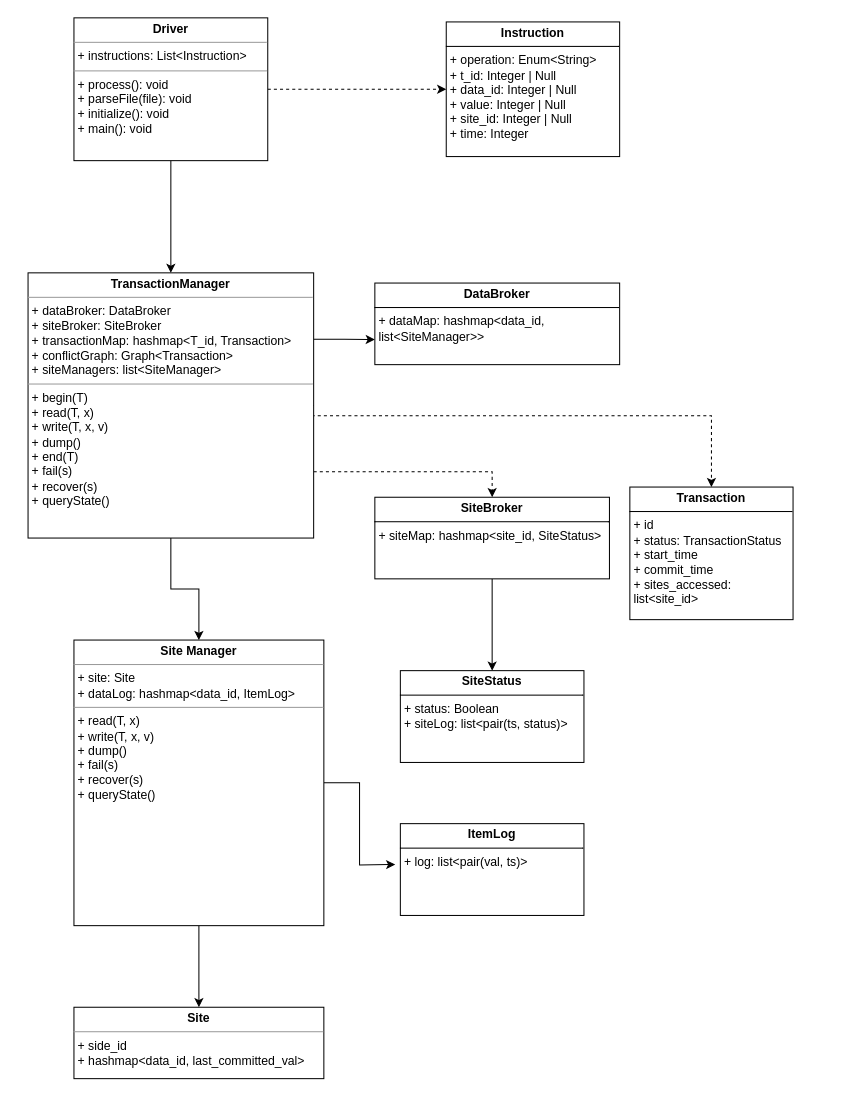
Before: design_diagram.drawio in akash13s/replicated-concurrent-db, a draw.io diagram. Source tidied: cells renumbered, new cells numbered last; positions are measured from the earlier drawing's top-left corner, leaving out a move shared by most shapes. Both pictures are drawn from the tidied source at 102%, with x=0, y=0 at pixel (28, 17).
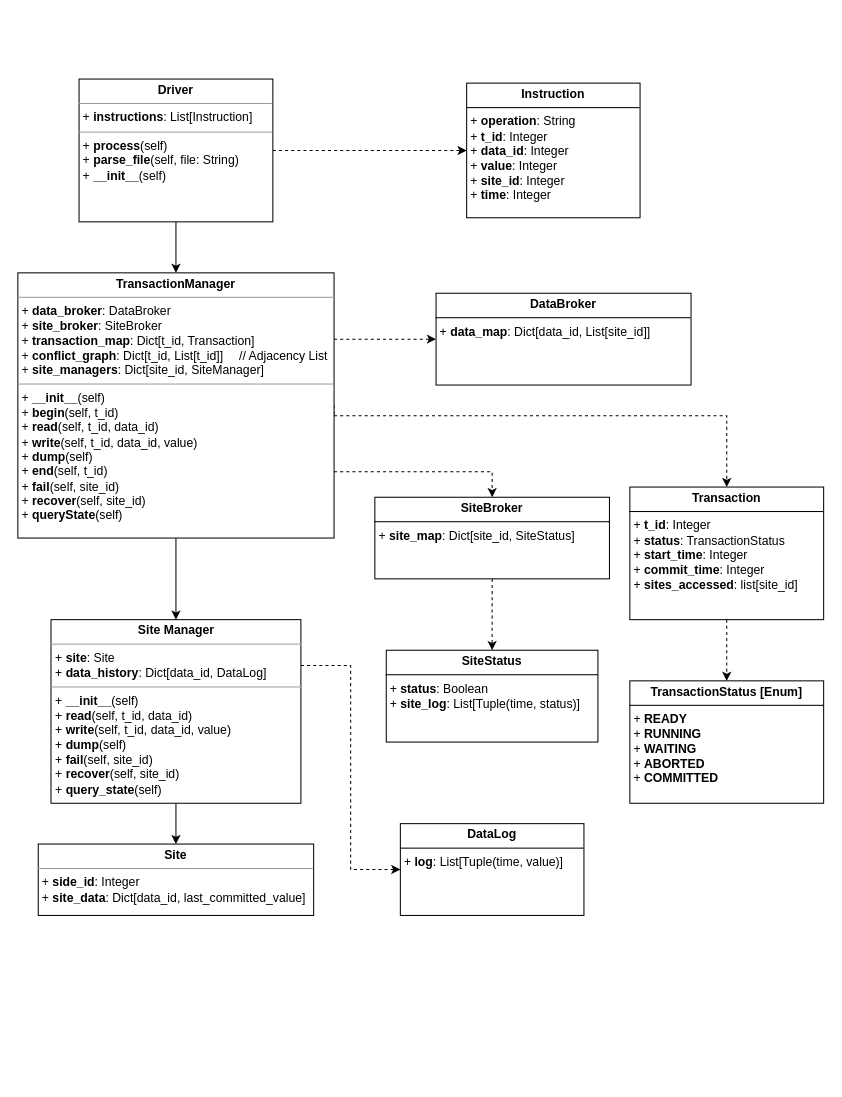
The same diagram, later.

Diff of the diagram source:
```diff
@@
-    <mxCell id="2" value="&lt;p style=&quot;margin:0px;margin-top:4px;text-align:center;&quot;&gt;&lt;b&gt;Site&lt;/b&gt;&lt;/p&gt;&lt;hr size=&quot;1&quot;&gt;&lt;p style=&quot;margin:0px;margin-left:4px;&quot;&gt;+ side_id&lt;/p&gt;&lt;p style=&quot;margin:0px;margin-left:4px;&quot;&gt;+&amp;nbsp;&lt;span style=&quot;background-color: initial;&quot;&gt;hashmap&amp;lt;data_id, last_committed_val&amp;gt;&lt;/span&gt;&lt;/p&gt;&lt;p style=&quot;margin:0px;margin-left:4px;&quot;&gt;&lt;br&gt;&lt;/p&gt;" style="verticalAlign=top;align=left;overflow=fill;fontSize=12;fontFamily=Helvetica;html=1;rounded=0;shadow=0;comic=0;labelBackgroundColor=none;strokeWidth=1;" parent="1" vertex="1">
-      <mxGeometry x="45" y="970" width="245" height="70" as="geometry" />
+    <mxCell id="2" value="&lt;p style=&quot;margin:0px;margin-top:4px;text-align:center;&quot;&gt;&lt;b&gt;Site&lt;/b&gt;&lt;/p&gt;&lt;hr size=&quot;1&quot;&gt;&lt;p style=&quot;margin:0px;margin-left:4px;&quot;&gt;+ &lt;b&gt;side_id&lt;/b&gt;: Integer&lt;/p&gt;&lt;p style=&quot;margin:0px;margin-left:4px;&quot;&gt;+ &lt;b&gt;site_data&lt;/b&gt;:&amp;nbsp;&lt;span style=&quot;background-color: initial;&quot;&gt;Dict[data_id, last_committed_value]&lt;/span&gt;&lt;/p&gt;&lt;p style=&quot;margin:0px;margin-left:4px;&quot;&gt;&lt;br&gt;&lt;/p&gt;" style="verticalAlign=top;align=left;overflow=fill;fontSize=12;fontFamily=Helvetica;html=1;rounded=0;shadow=0;comic=0;labelBackgroundColor=none;strokeWidth=1;" parent="1" vertex="1">
+      <mxGeometry x="10" y="810" width="270" height="70" as="geometry" />
     </mxCell>
@@
-    <mxCell id="5" value="&lt;p style=&quot;margin:0px;margin-top:4px;text-align:center;&quot;&gt;&lt;b&gt;Driver&lt;/b&gt;&lt;/p&gt;&lt;hr size=&quot;1&quot;&gt;&lt;p style=&quot;margin:0px;margin-left:4px;&quot;&gt;+ instructions: List&amp;lt;Instruction&amp;gt;&lt;/p&gt;&lt;hr size=&quot;1&quot;&gt;&lt;p style=&quot;margin:0px;margin-left:4px;&quot;&gt;+ process(): void&lt;br&gt;+ parseFile(file): void&lt;/p&gt;&lt;p style=&quot;margin:0px;margin-left:4px;&quot;&gt;+ initialize(): void&lt;/p&gt;&lt;p style=&quot;margin:0px;margin-left:4px;&quot;&gt;+ main(): void&lt;/p&gt;&lt;p style=&quot;margin:0px;margin-left:4px;&quot;&gt;&lt;br&gt;&lt;/p&gt;" style="verticalAlign=top;align=left;overflow=fill;fontSize=12;fontFamily=Helvetica;html=1;rounded=0;shadow=0;comic=0;labelBackgroundColor=none;strokeWidth=1;" parent="1" vertex="1">
-      <mxGeometry x="45" width="190" height="140" as="geometry" />
+    <mxCell id="5" value="&lt;p style=&quot;margin:0px;margin-top:4px;text-align:center;&quot;&gt;&lt;b&gt;Driver&lt;/b&gt;&lt;/p&gt;&lt;hr size=&quot;1&quot;&gt;&lt;p style=&quot;margin:0px;margin-left:4px;&quot;&gt;+ &lt;b&gt;instructions&lt;/b&gt;: List[Instruction]&lt;/p&gt;&lt;hr size=&quot;1&quot;&gt;&lt;p style=&quot;margin:0px;margin-left:4px;&quot;&gt;+ &lt;b&gt;process&lt;/b&gt;(self)&lt;br&gt;+ &lt;b&gt;parse_file&lt;/b&gt;(self, file: String)&lt;/p&gt;&lt;p style=&quot;margin:0px;margin-left:4px;&quot;&gt;+ &lt;b&gt;__init__&lt;/b&gt;(self)&lt;/p&gt;&lt;p style=&quot;margin:0px;margin-left:4px;&quot;&gt;&lt;br&gt;&lt;/p&gt;" style="verticalAlign=top;align=left;overflow=fill;fontSize=12;fontFamily=Helvetica;html=1;rounded=0;shadow=0;comic=0;labelBackgroundColor=none;strokeWidth=1;" parent="1" vertex="1">
+      <mxGeometry x="50" y="60" width="190" height="140" as="geometry" />
     </mxCell>
@@
-    <mxCell id="9" style="edgeStyle=orthogonalEdgeStyle;rounded=0;jettySize=auto;html=1;exitX=1;exitY=0.25;exitDx=0;exitDy=0;" parent="1" edge="1" source="10">
-      <mxGeometry relative="1" as="geometry">
-        <mxPoint x="340" y="315.4" as="targetPoint" />
-      </mxGeometry>
-    </mxCell>
+    <mxCell id="21" style="edgeStyle=orthogonalEdgeStyle;rounded=0;jettySize=auto;html=1;exitX=1;exitY=0.25;exitDx=0;exitDy=0;entryX=0;entryY=0.5;entryDx=0;entryDy=0;dashed=1;" parent="1" edge="1" source="10" target="16">
+      <mxGeometry relative="1" as="geometry" />
+    </mxCell>
-    <mxCell id="10" value="&lt;p style=&quot;margin:0px;margin-top:4px;text-align:center;&quot;&gt;&lt;b&gt;TransactionManager&lt;/b&gt;&lt;/p&gt;&lt;hr size=&quot;1&quot;&gt;&lt;p style=&quot;margin:0px;margin-left:4px;&quot;&gt;+ dataBroker: DataBroker&lt;br&gt;+ siteBroker: SiteBroker&lt;/p&gt;&lt;p style=&quot;margin:0px;margin-left:4px;&quot;&gt;+ transactionMap&lt;span style=&quot;background-color: initial;&quot;&gt;: hashmap&lt;/span&gt;&lt;span style=&quot;background-color: initial;&quot;&gt;&amp;lt;T_id, Transaction&amp;gt;&lt;/span&gt;&lt;/p&gt;&lt;p style=&quot;margin:0px;margin-left:4px;&quot;&gt;&lt;span style=&quot;background-color: initial;&quot;&gt;+ conflictGraph: Graph&amp;lt;Transaction&amp;gt;&lt;/span&gt;&lt;/p&gt;&lt;p style=&quot;margin:0px;margin-left:4px;&quot;&gt;&lt;span style=&quot;background-color: initial;&quot;&gt;+ siteManagers: list&amp;lt;SiteManager&amp;gt;&lt;/span&gt;&lt;/p&gt;&lt;hr size=&quot;1&quot;&gt;&lt;p style=&quot;margin:0px;margin-left:4px;&quot;&gt;+ begin(T)&lt;br&gt;+ read(T, x)&lt;/p&gt;&lt;p style=&quot;margin:0px;margin-left:4px;&quot;&gt;+ write(T, x, v)&lt;/p&gt;&lt;p style=&quot;margin:0px;margin-left:4px;&quot;&gt;+ dump()&lt;/p&gt;&lt;p style=&quot;margin:0px;margin-left:4px;&quot;&gt;+ end(T)&lt;/p&gt;&lt;p style=&quot;margin:0px;margin-left:4px;&quot;&gt;+ fail(s)&lt;/p&gt;&lt;p style=&quot;margin:0px;margin-left:4px;&quot;&gt;+ recover(s)&lt;/p&gt;&lt;p style=&quot;margin:0px;margin-left:4px;&quot;&gt;+ queryState()&lt;/p&gt;&lt;p style=&quot;margin:0px;margin-left:4px;&quot;&gt;&lt;br&gt;&lt;/p&gt;" style="verticalAlign=top;align=left;overflow=fill;fontSize=12;fontFamily=Helvetica;html=1;rounded=0;shadow=0;comic=0;labelBackgroundColor=none;strokeWidth=1;" parent="1" vertex="1">
-      <mxGeometry y="250" width="280" height="260" as="geometry" />
+    <mxCell id="10" value="&lt;p style=&quot;margin:0px;margin-top:4px;text-align:center;&quot;&gt;&lt;b&gt;TransactionManager&lt;/b&gt;&lt;/p&gt;&lt;hr size=&quot;1&quot;&gt;&lt;p style=&quot;margin:0px;margin-left:4px;&quot;&gt;+ &lt;b&gt;data_broker&lt;/b&gt;: DataBroker&lt;br&gt;+ &lt;b&gt;site_broker&lt;/b&gt;: SiteBroker&lt;/p&gt;&lt;p style=&quot;margin:0px;margin-left:4px;&quot;&gt;+ &lt;b&gt;transaction_map&lt;/b&gt;&lt;span style=&quot;background-color: initial;&quot;&gt;: Dict[&lt;/span&gt;&lt;span style=&quot;background-color: initial;&quot;&gt;t_id, Transaction]&lt;/span&gt;&lt;/p&gt;&lt;p style=&quot;margin:0px;margin-left:4px;&quot;&gt;&lt;span style=&quot;background-color: initial;&quot;&gt;+ &lt;b&gt;conflict_graph&lt;/b&gt;: Dict[t_id, List[t_id]]&amp;nbsp; &lt;span style=&quot;white-space: pre;&quot;&gt;&#9;&lt;/span&gt;// Adjacency List&lt;/span&gt;&lt;/p&gt;&lt;p style=&quot;margin:0px;margin-left:4px;&quot;&gt;&lt;span style=&quot;background-color: initial;&quot;&gt;+ &lt;b&gt;site_managers&lt;/b&gt;: Dict[site_id, SiteManager]&lt;/span&gt;&lt;/p&gt;&lt;hr size=&quot;1&quot;&gt;&lt;p style=&quot;margin:0px;margin-left:4px;&quot;&gt;+ &lt;b&gt;__init__&lt;/b&gt;(self)&lt;/p&gt;&lt;p style=&quot;margin:0px;margin-left:4px;&quot;&gt;+ &lt;b&gt;begin&lt;/b&gt;(self, t_id)&lt;br&gt;+ &lt;b&gt;read&lt;/b&gt;(self, t_id, data_id)&lt;/p&gt;&lt;p style=&quot;margin:0px;margin-left:4px;&quot;&gt;+ &lt;b&gt;write&lt;/b&gt;(self, t_id, data_id, value)&lt;/p&gt;&lt;p style=&quot;margin:0px;margin-left:4px;&quot;&gt;+ &lt;b&gt;dump&lt;/b&gt;(self)&lt;/p&gt;&lt;p style=&quot;margin:0px;margin-left:4px;&quot;&gt;+ &lt;b&gt;end&lt;/b&gt;(self, t_id)&lt;/p&gt;&lt;p style=&quot;margin:0px;margin-left:4px;&quot;&gt;+ &lt;b&gt;fail&lt;/b&gt;(self, site_id)&lt;/p&gt;&lt;p style=&quot;margin:0px;margin-left:4px;&quot;&gt;+ &lt;b&gt;recover&lt;/b&gt;(self, site_id)&lt;/p&gt;&lt;p style=&quot;margin:0px;margin-left:4px;&quot;&gt;+ &lt;b&gt;queryState&lt;/b&gt;(self)&lt;/p&gt;&lt;p style=&quot;margin:0px;margin-left:4px;&quot;&gt;&lt;br&gt;&lt;/p&gt;" style="verticalAlign=top;align=left;overflow=fill;fontSize=12;fontFamily=Helvetica;html=1;rounded=0;shadow=0;comic=0;labelBackgroundColor=none;strokeWidth=1;" parent="1" vertex="1">
+      <mxGeometry x="-10" y="250" width="310" height="260" as="geometry" />
     </mxCell>
@@
-    <mxCell id="12" style="edgeStyle=orthogonalEdgeStyle;rounded=0;jettySize=auto;html=1;exitX=1;exitY=0.5;exitDx=0;exitDy=0;" parent="1" edge="1" source="13">
-      <mxGeometry relative="1" as="geometry">
-        <mxPoint x="360" y="830" as="targetPoint" />
-      </mxGeometry>
-    </mxCell>
+    <mxCell id="22" style="edgeStyle=orthogonalEdgeStyle;rounded=0;jettySize=auto;html=1;exitX=1;exitY=0.25;exitDx=0;exitDy=0;entryX=0;entryY=0.5;entryDx=0;entryDy=0;dashed=1;" parent="1" edge="1" source="13" target="20">
+      <mxGeometry relative="1" as="geometry" />
+    </mxCell>
-    <mxCell id="13" value="&lt;p style=&quot;margin:0px;margin-top:4px;text-align:center;&quot;&gt;&lt;b&gt;Site Manager&lt;/b&gt;&lt;/p&gt;&lt;hr size=&quot;1&quot;&gt;&lt;p style=&quot;margin:0px;margin-left:4px;&quot;&gt;+ site: Site&lt;/p&gt;&lt;p style=&quot;margin:0px;margin-left:4px;&quot;&gt;+ dataLog: hashmap&amp;lt;data_id, ItemLog&amp;gt;&lt;/p&gt;&lt;hr size=&quot;1&quot;&gt;&lt;p style=&quot;margin: 0px 0px 0px 4px;&quot;&gt;+ read(T, x)&lt;/p&gt;&lt;p style=&quot;margin: 0px 0px 0px 4px;&quot;&gt;+ write(T, x, v)&lt;/p&gt;&lt;p style=&quot;margin: 0px 0px 0px 4px;&quot;&gt;+ dump()&lt;/p&gt;&lt;p style=&quot;margin: 0px 0px 0px 4px;&quot;&gt;&lt;span style=&quot;background-color: initial;&quot;&gt;+ fail(s)&lt;/span&gt;&lt;/p&gt;&lt;p style=&quot;margin: 0px 0px 0px 4px;&quot;&gt;+ recover(s)&lt;/p&gt;&lt;p style=&quot;margin: 0px 0px 0px 4px;&quot;&gt;+ queryState()&lt;/p&gt;&lt;p style=&quot;margin: 0px 0px 0px 4px;&quot;&gt;&lt;br&gt;&lt;/p&gt;" style="verticalAlign=top;align=left;overflow=fill;fontSize=12;fontFamily=Helvetica;html=1;rounded=0;shadow=0;comic=0;labelBackgroundColor=none;strokeWidth=1;" parent="1" vertex="1">
-      <mxGeometry x="45" y="610" width="245" height="280" as="geometry" />
+    <mxCell id="13" value="&lt;p style=&quot;margin:0px;margin-top:4px;text-align:center;&quot;&gt;&lt;b&gt;Site Manager&lt;/b&gt;&lt;/p&gt;&lt;hr size=&quot;1&quot;&gt;&lt;p style=&quot;margin:0px;margin-left:4px;&quot;&gt;+ &lt;b&gt;site&lt;/b&gt;: Site&lt;/p&gt;&lt;p style=&quot;margin:0px;margin-left:4px;&quot;&gt;+ &lt;b&gt;data_history&lt;/b&gt;: Dict[data_id, DataLog]&lt;/p&gt;&lt;hr size=&quot;1&quot;&gt;&lt;p style=&quot;margin: 0px 0px 0px 4px;&quot;&gt;+ &lt;b&gt;__init__&lt;/b&gt;(self)&lt;/p&gt;&lt;p style=&quot;margin: 0px 0px 0px 4px;&quot;&gt;+ &lt;b&gt;read&lt;/b&gt;(self, t_id, data_id)&lt;/p&gt;&lt;p style=&quot;margin: 0px 0px 0px 4px;&quot;&gt;+ &lt;b&gt;write&lt;/b&gt;(self, t_id, data_id, value)&lt;/p&gt;&lt;p style=&quot;margin: 0px 0px 0px 4px;&quot;&gt;+ &lt;b&gt;dump&lt;/b&gt;(self)&lt;/p&gt;&lt;p style=&quot;margin: 0px 0px 0px 4px;&quot;&gt;&lt;span style=&quot;background-color: initial;&quot;&gt;+ &lt;b&gt;fail&lt;/b&gt;(self, site_id)&lt;/span&gt;&lt;/p&gt;&lt;p style=&quot;margin: 0px 0px 0px 4px;&quot;&gt;+ &lt;b&gt;recover&lt;/b&gt;(self, site_id)&lt;/p&gt;&lt;p style=&quot;margin: 0px 0px 0px 4px;&quot;&gt;+ &lt;b&gt;query_state&lt;/b&gt;(self)&lt;/p&gt;&lt;p style=&quot;margin: 0px 0px 0px 4px;&quot;&gt;&lt;br&gt;&lt;/p&gt;" style="verticalAlign=top;align=left;overflow=fill;fontSize=12;fontFamily=Helvetica;html=1;rounded=0;shadow=0;comic=0;labelBackgroundColor=none;strokeWidth=1;" parent="1" vertex="1">
+      <mxGeometry x="22.5" y="590" width="245" height="180" as="geometry" />
     </mxCell>
-    <mxCell id="14" value="&lt;p style=&quot;margin:0px;margin-top:4px;text-align:center;&quot;&gt;&lt;b&gt;Instruction&lt;/b&gt;&lt;/p&gt;&lt;hr size=&quot;1&quot; style=&quot;border-style:solid;&quot;&gt;&lt;p style=&quot;margin:0px;margin-left:4px;&quot;&gt;+ operation: Enum&amp;lt;String&amp;gt;&lt;/p&gt;&lt;p style=&quot;margin:0px;margin-left:4px;&quot;&gt;+ t_id: Integer | Null&lt;/p&gt;&lt;p style=&quot;margin:0px;margin-left:4px;&quot;&gt;+ data_id: Integer | Null&lt;/p&gt;&lt;p style=&quot;margin:0px;margin-left:4px;&quot;&gt;+ value: Integer | Null&lt;/p&gt;&lt;p style=&quot;margin:0px;margin-left:4px;&quot;&gt;+ site_id: Integer | Null&lt;/p&gt;&lt;p style=&quot;margin:0px;margin-left:4px;&quot;&gt;+ time: Integer&lt;/p&gt;&lt;p style=&quot;margin:0px;margin-left:4px;&quot;&gt;&lt;br&gt;&lt;/p&gt;" style="verticalAlign=top;align=left;overflow=fill;html=1;whiteSpace=wrap;" parent="1" vertex="1">
-      <mxGeometry x="410" y="4" width="170" height="132" as="geometry" />
+    <mxCell id="14" value="&lt;p style=&quot;margin:0px;margin-top:4px;text-align:center;&quot;&gt;&lt;b&gt;Instruction&lt;/b&gt;&lt;/p&gt;&lt;hr size=&quot;1&quot; style=&quot;border-style:solid;&quot;&gt;&lt;p style=&quot;margin:0px;margin-left:4px;&quot;&gt;+ &lt;b&gt;operation&lt;/b&gt;: String&lt;/p&gt;&lt;p style=&quot;margin:0px;margin-left:4px;&quot;&gt;+ &lt;b&gt;t_id&lt;/b&gt;: Integer&lt;/p&gt;&lt;p style=&quot;margin:0px;margin-left:4px;&quot;&gt;+ &lt;b&gt;data_id&lt;/b&gt;: Integer&lt;/p&gt;&lt;p style=&quot;margin:0px;margin-left:4px;&quot;&gt;+ &lt;b&gt;value&lt;/b&gt;: Integer&lt;/p&gt;&lt;p style=&quot;margin:0px;margin-left:4px;&quot;&gt;+ &lt;b&gt;site_id&lt;/b&gt;: Integer&lt;/p&gt;&lt;p style=&quot;margin:0px;margin-left:4px;&quot;&gt;+ &lt;b&gt;time&lt;/b&gt;: Integer&lt;/p&gt;&lt;p style=&quot;margin:0px;margin-left:4px;&quot;&gt;&lt;br&gt;&lt;/p&gt;" style="verticalAlign=top;align=left;overflow=fill;html=1;whiteSpace=wrap;" parent="1" vertex="1">
+      <mxGeometry x="430" y="64" width="170" height="132" as="geometry" />
     </mxCell>
+    <mxCell id="23" style="edgeStyle=orthogonalEdgeStyle;rounded=0;jettySize=auto;html=1;entryX=0.5;entryY=0;entryDx=0;entryDy=0;dashed=1;" parent="1" edge="1" source="15" target="24">
+      <mxGeometry relative="1" as="geometry" />
+    </mxCell>
-    <mxCell id="15" value="&lt;p style=&quot;margin:0px;margin-top:4px;text-align:center;&quot;&gt;&lt;b&gt;Transaction&lt;/b&gt;&lt;/p&gt;&lt;hr size=&quot;1&quot; style=&quot;border-style:solid;&quot;&gt;&lt;p style=&quot;margin:0px;margin-left:4px;&quot;&gt;+ id&lt;/p&gt;&lt;p style=&quot;margin:0px;margin-left:4px;&quot;&gt;+ status: TransactionStatus&lt;/p&gt;&lt;p style=&quot;margin:0px;margin-left:4px;&quot;&gt;+ start_time&lt;/p&gt;&lt;p style=&quot;margin:0px;margin-left:4px;&quot;&gt;+ commit_time&lt;/p&gt;&lt;p style=&quot;margin:0px;margin-left:4px;&quot;&gt;+ sites_accessed: list&amp;lt;site_id&amp;gt;&lt;/p&gt;" style="verticalAlign=top;align=left;overflow=fill;html=1;whiteSpace=wrap;" parent="1" vertex="1">
-      <mxGeometry x="590" y="460" width="160" height="130" as="geometry" />
+    <mxCell id="15" value="&lt;p style=&quot;margin:0px;margin-top:4px;text-align:center;&quot;&gt;&lt;b&gt;Transaction&lt;/b&gt;&lt;/p&gt;&lt;hr size=&quot;1&quot; style=&quot;border-style:solid;&quot;&gt;&lt;p style=&quot;margin:0px;margin-left:4px;&quot;&gt;+ &lt;b&gt;t_id&lt;/b&gt;: Integer&lt;/p&gt;&lt;p style=&quot;margin:0px;margin-left:4px;&quot;&gt;+ &lt;b&gt;status&lt;/b&gt;: TransactionStatus&lt;/p&gt;&lt;p style=&quot;margin:0px;margin-left:4px;&quot;&gt;+ &lt;b&gt;start_time&lt;/b&gt;: Integer&lt;/p&gt;&lt;p style=&quot;margin:0px;margin-left:4px;&quot;&gt;+ &lt;b&gt;commit_time&lt;/b&gt;: Integer&lt;/p&gt;&lt;p style=&quot;margin:0px;margin-left:4px;&quot;&gt;+ &lt;b&gt;sites_accessed&lt;/b&gt;: list[site_id]&lt;/p&gt;" style="verticalAlign=top;align=left;overflow=fill;html=1;whiteSpace=wrap;" parent="1" vertex="1">
+      <mxGeometry x="590" y="460" width="190" height="130" as="geometry" />
     </mxCell>
-    <mxCell id="16" value="&lt;p style=&quot;margin:0px;margin-top:4px;text-align:center;&quot;&gt;&lt;b&gt;DataBroker&lt;/b&gt;&lt;/p&gt;&lt;hr size=&quot;1&quot; style=&quot;border-style:solid;&quot;&gt;&lt;p style=&quot;margin:0px;margin-left:4px;&quot;&gt;+ dataMap: hashmap&amp;lt;data_id, list&amp;lt;SiteManager&amp;gt;&amp;gt;&lt;/p&gt;&lt;p style=&quot;margin:0px;margin-left:4px;&quot;&gt;&lt;br&gt;&lt;/p&gt;" style="verticalAlign=top;align=left;overflow=fill;html=1;whiteSpace=wrap;" parent="1" vertex="1">
-      <mxGeometry x="340" y="260" width="240" height="80" as="geometry" />
+    <mxCell id="16" value="&lt;p style=&quot;margin:0px;margin-top:4px;text-align:center;&quot;&gt;&lt;b&gt;DataBroker&lt;/b&gt;&lt;/p&gt;&lt;hr size=&quot;1&quot; style=&quot;border-style:solid;&quot;&gt;&lt;p style=&quot;margin:0px;margin-left:4px;&quot;&gt;+ &lt;b&gt;data_map&lt;/b&gt;: Dict[data_id, List[site_id]]&lt;/p&gt;" style="verticalAlign=top;align=left;overflow=fill;html=1;whiteSpace=wrap;" parent="1" vertex="1">
+      <mxGeometry x="400" y="270" width="250" height="90" as="geometry" />
     </mxCell>
-    <mxCell id="17" style="edgeStyle=orthogonalEdgeStyle;rounded=0;jettySize=auto;html=1;exitX=0.5;exitY=1;exitDx=0;exitDy=0;entryX=0.5;entryY=0;entryDx=0;entryDy=0;" parent="1" edge="1" source="18" target="19">
+    <mxCell id="17" style="edgeStyle=orthogonalEdgeStyle;rounded=0;jettySize=auto;html=1;exitX=0.5;exitY=1;exitDx=0;exitDy=0;entryX=0.5;entryY=0;entryDx=0;entryDy=0;dashed=1;" parent="1" edge="1" source="18" target="19">
       <mxGeometry relative="1" as="geometry" />
     </mxCell>
-    <mxCell id="18" value="&lt;p style=&quot;margin:0px;margin-top:4px;text-align:center;&quot;&gt;&lt;b&gt;SiteBroker&lt;/b&gt;&lt;/p&gt;&lt;hr size=&quot;1&quot; style=&quot;border-style:solid;&quot;&gt;&lt;p style=&quot;margin:0px;margin-left:4px;&quot;&gt;+ siteMap: hashmap&amp;lt;site_id, SiteStatus&amp;gt;&lt;/p&gt;" style="verticalAlign=top;align=left;overflow=fill;html=1;whiteSpace=wrap;" parent="1" vertex="1">
+    <mxCell id="18" value="&lt;p style=&quot;margin:0px;margin-top:4px;text-align:center;&quot;&gt;&lt;b&gt;SiteBroker&lt;/b&gt;&lt;/p&gt;&lt;hr size=&quot;1&quot; style=&quot;border-style:solid;&quot;&gt;&lt;p style=&quot;margin:0px;margin-left:4px;&quot;&gt;+ &lt;b&gt;site_map&lt;/b&gt;: Dict[site_id, SiteStatus]&lt;/p&gt;" style="verticalAlign=top;align=left;overflow=fill;html=1;whiteSpace=wrap;" parent="1" vertex="1">
       <mxGeometry x="340" y="470" width="230" height="80" as="geometry" />
     </mxCell>
-    <mxCell id="19" value="&lt;p style=&quot;margin:0px;margin-top:4px;text-align:center;&quot;&gt;&lt;b&gt;SiteStatus&lt;/b&gt;&lt;/p&gt;&lt;hr size=&quot;1&quot; style=&quot;border-style:solid;&quot;&gt;&lt;p style=&quot;margin:0px;margin-left:4px;&quot;&gt;&lt;span style=&quot;background-color: initial;&quot;&gt;+ status: Boolean&lt;/span&gt;&lt;/p&gt;&lt;p style=&quot;margin:0px;margin-left:4px;&quot;&gt;&lt;span style=&quot;background-color: initial;&quot;&gt;+ siteLog: list&amp;lt;pair(ts, status)&amp;gt;&lt;/span&gt;&lt;/p&gt;" style="verticalAlign=top;align=left;overflow=fill;html=1;whiteSpace=wrap;" parent="1" vertex="1">
-      <mxGeometry x="365" y="640" width="180" height="90" as="geometry" />
+    <mxCell id="19" value="&lt;p style=&quot;margin:0px;margin-top:4px;text-align:center;&quot;&gt;&lt;b&gt;SiteStatus&lt;/b&gt;&lt;/p&gt;&lt;hr size=&quot;1&quot; style=&quot;border-style:solid;&quot;&gt;&lt;p style=&quot;margin:0px;margin-left:4px;&quot;&gt;&lt;span style=&quot;background-color: initial;&quot;&gt;+ &lt;b&gt;status&lt;/b&gt;: Boolean&lt;/span&gt;&lt;/p&gt;&lt;p style=&quot;margin:0px;margin-left:4px;&quot;&gt;&lt;span style=&quot;background-color: initial;&quot;&gt;+ &lt;b&gt;site_log&lt;/b&gt;: List[Tuple(time, status)]&lt;/span&gt;&lt;/p&gt;" style="verticalAlign=top;align=left;overflow=fill;html=1;whiteSpace=wrap;" parent="1" vertex="1">
+      <mxGeometry x="351.2" y="620" width="207.5" height="90" as="geometry" />
     </mxCell>
-    <mxCell id="20" value="&lt;p style=&quot;margin:0px;margin-top:4px;text-align:center;&quot;&gt;&lt;b&gt;ItemLog&lt;/b&gt;&lt;/p&gt;&lt;hr size=&quot;1&quot; style=&quot;border-style:solid;&quot;&gt;&lt;p style=&quot;margin:0px;margin-left:4px;&quot;&gt;&lt;span style=&quot;background-color: initial;&quot;&gt;+ log: list&amp;lt;pair(val, ts)&amp;gt;&lt;/span&gt;&lt;/p&gt;" style="verticalAlign=top;align=left;overflow=fill;html=1;whiteSpace=wrap;" parent="1" vertex="1">
+    <mxCell id="20" value="&lt;p style=&quot;margin:0px;margin-top:4px;text-align:center;&quot;&gt;&lt;b&gt;DataLog&lt;/b&gt;&lt;/p&gt;&lt;hr size=&quot;1&quot; style=&quot;border-style:solid;&quot;&gt;&lt;p style=&quot;margin:0px;margin-left:4px;&quot;&gt;&lt;span style=&quot;background-color: initial;&quot;&gt;+ &lt;b&gt;log&lt;/b&gt;: List[Tuple(time, value)]&lt;/span&gt;&lt;/p&gt;" style="verticalAlign=top;align=left;overflow=fill;html=1;whiteSpace=wrap;" parent="1" vertex="1">
       <mxGeometry x="365" y="790" width="180" height="90" as="geometry" />
     </mxCell>
+    <mxCell id="24" value="&lt;p style=&quot;margin:0px;margin-top:4px;text-align:center;&quot;&gt;&lt;b&gt;TransactionStatus [Enum]&lt;/b&gt;&lt;/p&gt;&lt;hr size=&quot;1&quot; style=&quot;border-style:solid;&quot;&gt;&lt;p style=&quot;margin:0px;margin-left:4px;&quot;&gt;+ &lt;b&gt;READY&lt;/b&gt;&lt;/p&gt;&lt;p style=&quot;margin:0px;margin-left:4px;&quot;&gt;+ &lt;b&gt;RUNNING&lt;/b&gt;&lt;/p&gt;&lt;p style=&quot;margin:0px;margin-left:4px;&quot;&gt;+ &lt;b&gt;WAITING&lt;/b&gt;&lt;/p&gt;&lt;p style=&quot;margin:0px;margin-left:4px;&quot;&gt;+ &lt;b&gt;ABORTED&lt;/b&gt;&lt;/p&gt;&lt;p style=&quot;margin:0px;margin-left:4px;&quot;&gt;+ &lt;b&gt;COMMITTED&lt;/b&gt;&lt;/p&gt;" style="verticalAlign=top;align=left;overflow=fill;html=1;whiteSpace=wrap;" parent="1" vertex="1">
+      <mxGeometry x="590" y="650" width="190" height="120" as="geometry" />
+    </mxCell>
```
